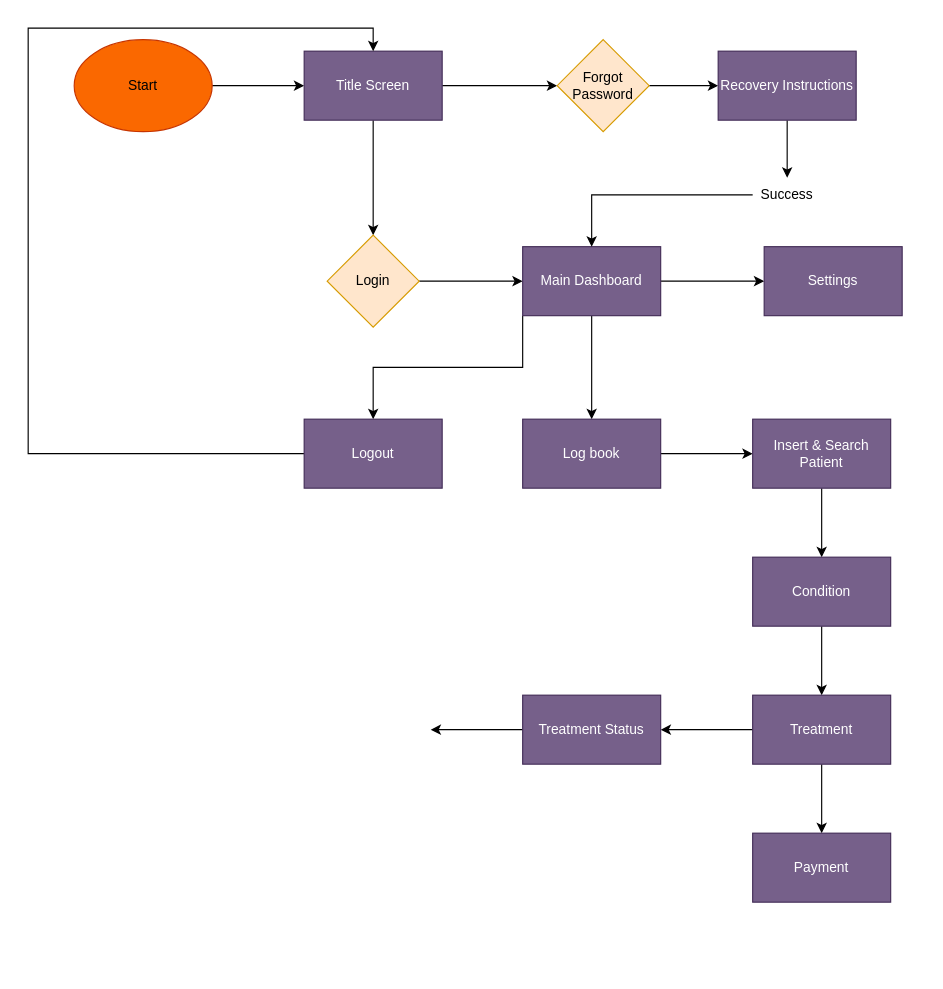
XeLTzy/my-second-repo keeps this draw.io diagram as Untitled Diagram.drawio. Above is the earlier version. Source tidied: cells renumbered, new cells numbered last; positions are measured from the earlier drawing's top-left corner, leaving out a move shared by most shapes. Both pictures are drawn from the tidied source at 115%, with x=0, y=0 at pixel (28, 28).
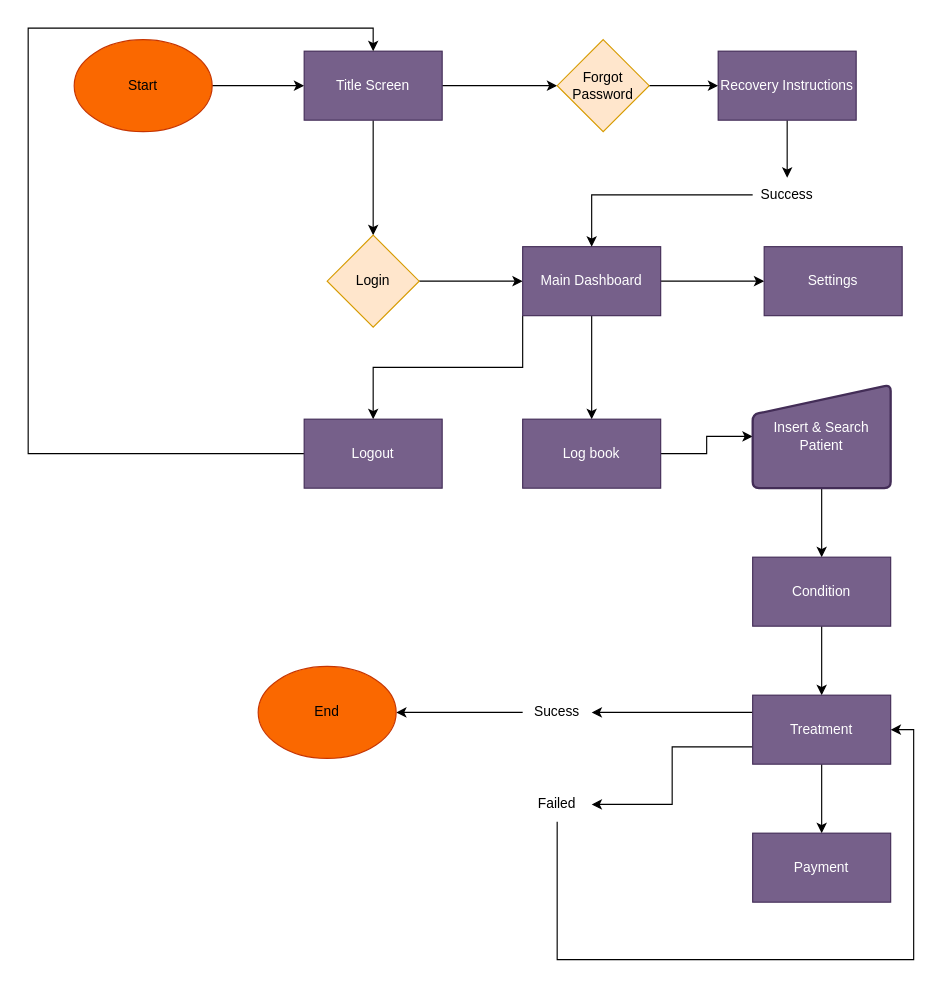
After the change.

The change refers to these unchanged cells:
```xml
<mxCell id="27" value="Treatment" style="whiteSpace=wrap;html=1;fillColor=#76608a;strokeColor=#432D57;fontColor=#ffffff;" parent="1" vertex="1">
  <mxGeometry x="630" y="580" width="120" height="60" as="geometry" />
</mxCell>
```

Diff of the diagram source:
```diff
@@
-    <mxCell id="22" value="Insert &amp;amp; Search Patient" style="whiteSpace=wrap;html=1;fillColor=#76608a;strokeColor=#432D57;fontColor=#ffffff;" parent="1" vertex="1">
-      <mxGeometry x="630" y="340" width="120" height="60" as="geometry" />
+    <mxCell id="22" value="Insert &amp;amp; Search Patient" style="whiteSpace=wrap;html=1;fillColor=#76608a;strokeColor=#432D57;fontColor=#ffffff;rounded=1;glass=0;shadow=0;strokeWidth=2;shape=manualInput;size=26;arcSize=11;" parent="1" vertex="1">
+      <mxGeometry x="630" y="310" width="120" height="90" as="geometry" />
     </mxCell>
@@
-    <mxCell id="26" style="edgeStyle=orthogonalEdgeStyle;rounded=0;jettySize=auto;html=1;" parent="1" edge="1" source="27" target="33">
-      <mxGeometry relative="1" as="geometry" />
-    </mxCell>
+    <mxCell id="34" style="edgeStyle=orthogonalEdgeStyle;rounded=0;jettySize=auto;html=1;exitX=0;exitY=0.25;exitDx=0;exitDy=0;entryX=1;entryY=0.5;entryDx=0;entryDy=0;fontFamily=Helvetica;fontSize=12;fontColor=#ffffff;" parent="1" edge="1" source="27" target="37">
+      <mxGeometry relative="1" as="geometry" />
+    </mxCell>
+    <mxCell id="35" style="edgeStyle=orthogonalEdgeStyle;rounded=0;jettySize=auto;html=1;exitX=0;exitY=0.75;exitDx=0;exitDy=0;entryX=1;entryY=0.5;entryDx=0;entryDy=0;fontFamily=Helvetica;fontSize=12;fontColor=#ffffff;" parent="1" edge="1" source="27" target="40">
+      <mxGeometry relative="1" as="geometry" />
+    </mxCell>
@@
-    <mxCell id="32" style="edgeStyle=orthogonalEdgeStyle;rounded=0;jettySize=auto;html=1;exitX=0;exitY=0.5;exitDx=0;exitDy=0;" parent="1" edge="1" source="33">
-      <mxGeometry relative="1" as="geometry">
-        <mxPoint x="350" y="610" as="targetPoint" />
-      </mxGeometry>
-    </mxCell>
-    <mxCell id="33" value="&lt;div&gt;Treatment Status&lt;br&gt;&lt;/div&gt;" style="whiteSpace=wrap;html=1;fillColor=#76608a;strokeColor=#432D57;fontColor=#ffffff;" parent="1" vertex="1">
-      <mxGeometry x="430" y="580" width="120" height="60" as="geometry" />
-    </mxCell>
+    <mxCell id="36" style="edgeStyle=orthogonalEdgeStyle;rounded=0;jettySize=auto;html=1;exitX=0;exitY=0.5;exitDx=0;exitDy=0;" parent="1" edge="1" source="37" target="38">
+      <mxGeometry relative="1" as="geometry" />
+    </mxCell>
+    <mxCell id="37" value="Sucess" style="text;html=1;align=center;verticalAlign=middle;whiteSpace=wrap;rounded=0;" parent="1" vertex="1">
+      <mxGeometry x="430" y="580" width="60" height="30" as="geometry" />
+    </mxCell>
+    <mxCell id="38" value="End" style="ellipse;whiteSpace=wrap;html=1;fillColor=#fa6800;strokeColor=#C73500;fontColor=#000000;" parent="1" vertex="1">
+      <mxGeometry x="200" y="555" width="120" height="80" as="geometry" />
+    </mxCell>
+    <mxCell id="39" style="edgeStyle=orthogonalEdgeStyle;rounded=0;jettySize=auto;html=1;exitX=0.5;exitY=1;exitDx=0;exitDy=0;entryX=1;entryY=0.5;entryDx=0;entryDy=0;fontFamily=Helvetica;fontSize=12;fontColor=#ffffff;" parent="1" edge="1" source="40" target="27">
+      <mxGeometry relative="1" as="geometry">
+        <Array as="points">
+          <mxPoint x="460" y="810" />
+          <mxPoint x="770" y="810" />
+          <mxPoint x="770" y="610" />
+        </Array>
+      </mxGeometry>
+    </mxCell>
+    <mxCell id="40" value="Failed" style="text;html=1;align=center;verticalAlign=middle;whiteSpace=wrap;rounded=0;" parent="1" vertex="1">
+      <mxGeometry x="430" y="660" width="60" height="30" as="geometry" />
+    </mxCell>
```
